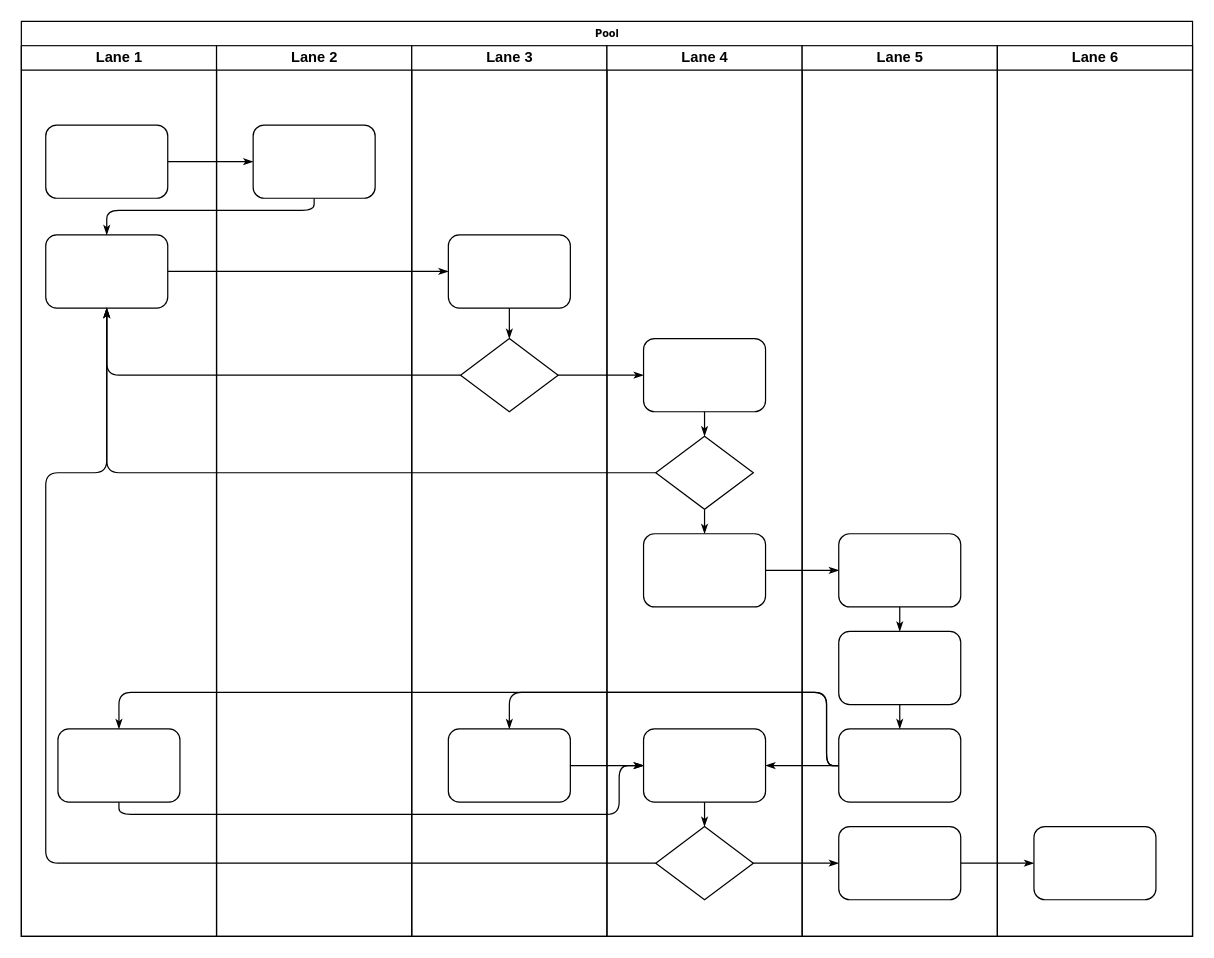
Earlier version of the draw.io diagram 流程图/实体设备接入流程图.drawio (wanghui1993/diagram_drow_file). Source tidied: cells renumbered, new cells numbered last; positions are measured from the earlier drawing's top-left corner, leaving out a move shared by most shapes. Both pictures are drawn from the tidied source at 122%, with x=0, y=0 at pixel (21, 21).
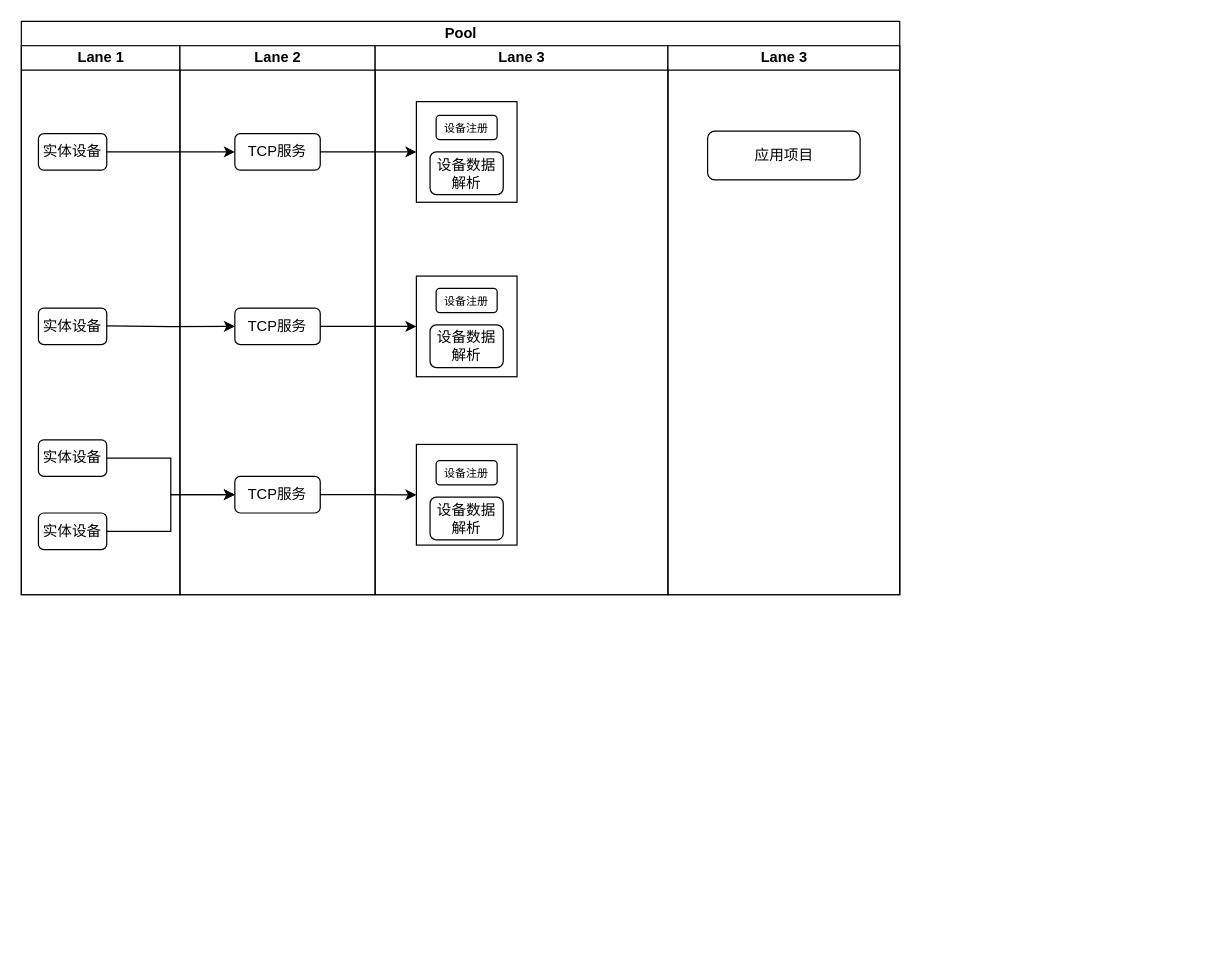
The same diagram, later.

Commit message (it also covers changes not shown here):
更新实体设备接入流程图.drawio

What changed in the source:
```diff
@@
-    <mxCell id="2" value="Pool" style="swimlane;html=1;startSize=20;rounded=0;shadow=0;labelBackgroundColor=none;strokeWidth=1;fontFamily=Verdana;fontSize=8;align=center;" parent="1" vertex="1">
-      <mxGeometry width="960" height="750" as="geometry" />
+    <mxCell id="2" value="Pool" style="swimlane;startSize=20;html=1;" parent="1" vertex="1">
+      <mxGeometry width="720" height="470" as="geometry" />
     </mxCell>
-    <mxCell id="3" value="Lane 1" style="swimlane;html=1;startSize=20;" parent="2" vertex="1">
-      <mxGeometry y="20" width="160" height="730" as="geometry" />
+    <mxCell id="3" value="Lane 1" style="swimlane;startSize=20;html=1;" parent="2" vertex="1">
+      <mxGeometry y="20" width="130" height="450" as="geometry" />
     </mxCell>
-    <mxCell id="4" style="rounded=1;whiteSpace=wrap;html=1;shadow=0;labelBackgroundColor=none;strokeWidth=1;fontFamily=Verdana;fontSize=8;align=center;" parent="3" vertex="1">
-      <mxGeometry x="20" y="65" width="100" height="60" as="geometry" />
-    </mxCell>
-    <mxCell id="5" style="rounded=1;whiteSpace=wrap;html=1;shadow=0;labelBackgroundColor=none;strokeWidth=1;fontFamily=Verdana;fontSize=8;align=center;" parent="3" vertex="1">
-      <mxGeometry x="20" y="155" width="100" height="60" as="geometry" />
-    </mxCell>
-    <mxCell id="6" style="rounded=1;whiteSpace=wrap;html=1;shadow=0;labelBackgroundColor=none;strokeWidth=1;fontFamily=Verdana;fontSize=8;align=center;" parent="3" vertex="1">
-      <mxGeometry x="30" y="560" width="100" height="60" as="geometry" />
-    </mxCell>
-    <mxCell id="7" style="edgeStyle=orthogonalEdgeStyle;rounded=1;html=1;labelBackgroundColor=none;startArrow=none;startFill=0;startSize=5;endArrow=classicThin;endFill=1;endSize=5;jettySize=auto;strokeWidth=1;fontFamily=Verdana;fontSize=8;" parent="2" edge="1" source="4" target="23">
-      <mxGeometry relative="1" as="geometry" />
-    </mxCell>
-    <mxCell id="8" style="edgeStyle=orthogonalEdgeStyle;rounded=1;html=1;labelBackgroundColor=none;startArrow=none;startFill=0;startSize=5;endArrow=classicThin;endFill=1;endSize=5;jettySize=auto;strokeWidth=1;fontFamily=Verdana;fontSize=8;" parent="2" edge="1" source="23" target="5">
-      <mxGeometry relative="1" as="geometry">
-        <Array as="points">
-          <mxPoint x="240" y="155" />
-          <mxPoint x="70" y="155" />
-        </Array>
-      </mxGeometry>
-    </mxCell>
-    <mxCell id="9" style="edgeStyle=orthogonalEdgeStyle;rounded=1;html=1;labelBackgroundColor=none;startArrow=none;startFill=0;startSize=5;endArrow=classicThin;endFill=1;endSize=5;jettySize=auto;strokeWidth=1;fontFamily=Verdana;fontSize=8;" parent="2" edge="1" source="5" target="25">
-      <mxGeometry relative="1" as="geometry" />
-    </mxCell>
-    <mxCell id="10" style="edgeStyle=orthogonalEdgeStyle;rounded=1;html=1;labelBackgroundColor=none;startArrow=none;startFill=0;startSize=5;endArrow=classicThin;endFill=1;endSize=5;jettySize=auto;strokeWidth=1;fontFamily=Verdana;fontSize=8;" parent="2" edge="1" source="26" target="5">
-      <mxGeometry relative="1" as="geometry" />
-    </mxCell>
-    <mxCell id="11" style="edgeStyle=orthogonalEdgeStyle;rounded=1;html=1;labelBackgroundColor=none;startArrow=none;startFill=0;startSize=5;endArrow=classicThin;endFill=1;endSize=5;jettySize=auto;strokeWidth=1;fontFamily=Verdana;fontSize=8;" parent="2" edge="1" source="31" target="5">
-      <mxGeometry relative="1" as="geometry" />
-    </mxCell>
-    <mxCell id="12" style="edgeStyle=orthogonalEdgeStyle;rounded=1;html=1;labelBackgroundColor=none;startArrow=none;startFill=0;startSize=5;endArrow=classicThin;endFill=1;endSize=5;jettySize=auto;strokeWidth=1;fontFamily=Verdana;fontSize=8;" parent="2" edge="1" source="34" target="5">
-      <mxGeometry relative="1" as="geometry">
-        <Array as="points">
-          <mxPoint x="20" y="690" />
-          <mxPoint x="20" y="370" />
-          <mxPoint x="70" y="370" />
-        </Array>
-      </mxGeometry>
-    </mxCell>
-    <mxCell id="13" style="edgeStyle=orthogonalEdgeStyle;rounded=1;html=1;labelBackgroundColor=none;startArrow=none;startFill=0;startSize=5;endArrow=classicThin;endFill=1;endSize=5;jettySize=auto;strokeWidth=1;fontFamily=Verdana;fontSize=8;" parent="2" edge="1" source="26" target="30">
-      <mxGeometry relative="1" as="geometry" />
-    </mxCell>
-    <mxCell id="14" style="edgeStyle=orthogonalEdgeStyle;rounded=1;html=1;labelBackgroundColor=none;startArrow=none;startFill=0;startSize=5;endArrow=classicThin;endFill=1;endSize=5;jettySize=auto;strokeWidth=1;fontFamily=Verdana;fontSize=8;" parent="2" edge="1" source="34" target="42">
-      <mxGeometry relative="1" as="geometry" />
-    </mxCell>
-    <mxCell id="15" style="edgeStyle=orthogonalEdgeStyle;rounded=1;html=1;labelBackgroundColor=none;startArrow=none;startFill=0;startSize=5;endArrow=classicThin;endFill=1;endSize=5;jettySize=auto;strokeWidth=1;fontFamily=Verdana;fontSize=8;" parent="2" edge="1" source="42" target="46">
-      <mxGeometry relative="1" as="geometry" />
-    </mxCell>
-    <mxCell id="16" style="edgeStyle=orthogonalEdgeStyle;rounded=1;html=1;labelBackgroundColor=none;startArrow=none;startFill=0;startSize=5;endArrow=classicThin;endFill=1;endSize=5;jettySize=auto;strokeWidth=1;fontFamily=Verdana;fontSize=8;" parent="2" edge="1" source="32" target="39">
-      <mxGeometry relative="1" as="geometry" />
-    </mxCell>
-    <mxCell id="17" style="edgeStyle=orthogonalEdgeStyle;rounded=1;html=1;labelBackgroundColor=none;startArrow=none;startFill=0;startSize=5;endArrow=classicThin;endFill=1;endSize=5;jettySize=auto;strokeWidth=1;fontFamily=Verdana;fontSize=8;" parent="2" edge="1" source="41" target="27">
-      <mxGeometry relative="1" as="geometry">
-        <Array as="points">
-          <mxPoint x="660" y="610" />
-          <mxPoint x="660" y="550" />
-          <mxPoint x="400" y="550" />
-        </Array>
-      </mxGeometry>
-    </mxCell>
-    <mxCell id="18" style="edgeStyle=orthogonalEdgeStyle;rounded=1;html=1;labelBackgroundColor=none;startArrow=none;startFill=0;startSize=5;endArrow=classicThin;endFill=1;endSize=5;jettySize=auto;strokeColor=#000000;strokeWidth=1;fontFamily=Verdana;fontSize=8;fontColor=#000000;" parent="2" edge="1" source="41" target="33">
-      <mxGeometry relative="1" as="geometry" />
-    </mxCell>
-    <mxCell id="19" style="edgeStyle=orthogonalEdgeStyle;rounded=1;html=1;labelBackgroundColor=none;startArrow=none;startFill=0;startSize=5;endArrow=classicThin;endFill=1;endSize=5;jettySize=auto;strokeWidth=1;fontFamily=Verdana;fontSize=8;" parent="2" edge="1" source="41" target="6">
-      <mxGeometry relative="1" as="geometry">
-        <Array as="points">
-          <mxPoint x="660" y="610" />
-          <mxPoint x="660" y="550" />
-          <mxPoint x="80" y="550" />
-        </Array>
-      </mxGeometry>
-    </mxCell>
-    <mxCell id="20" style="edgeStyle=orthogonalEdgeStyle;rounded=1;html=1;labelBackgroundColor=none;startArrow=none;startFill=0;startSize=5;endArrow=classicThin;endFill=1;endSize=5;jettySize=auto;strokeWidth=1;fontFamily=Verdana;fontSize=8;" parent="2" edge="1" source="6" target="33">
-      <mxGeometry relative="1" as="geometry">
-        <Array as="points">
-          <mxPoint x="80" y="650" />
-          <mxPoint x="490" y="650" />
-          <mxPoint x="490" y="610" />
-        </Array>
-      </mxGeometry>
-    </mxCell>
-    <mxCell id="21" style="edgeStyle=orthogonalEdgeStyle;rounded=1;html=1;labelBackgroundColor=none;startArrow=none;startFill=0;startSize=5;endArrow=classicThin;endFill=1;endSize=5;jettySize=auto;strokeWidth=1;fontFamily=Verdana;fontSize=8;" parent="2" edge="1" source="27" target="33">
-      <mxGeometry relative="1" as="geometry" />
-    </mxCell>
+    <mxCell id="47" value="实体设备" style="rounded=1;whiteSpace=wrap;html=1;" parent="3" vertex="1">
+      <mxGeometry x="14" y="72" width="56" height="30" as="geometry" />
+    </mxCell>
+    <mxCell id="48" value="实体设备" style="rounded=1;whiteSpace=wrap;html=1;" parent="3" vertex="1">
+      <mxGeometry x="14" y="215" width="56" height="30" as="geometry" />
+    </mxCell>
+    <mxCell id="49" value="实体设备" style="rounded=1;whiteSpace=wrap;html=1;" parent="3" vertex="1">
+      <mxGeometry x="14" y="323" width="56" height="30" as="geometry" />
+    </mxCell>
+    <mxCell id="50" value="实体设备" style="rounded=1;whiteSpace=wrap;html=1;" parent="3" vertex="1">
+      <mxGeometry x="14" y="383" width="56" height="30" as="geometry" />
+    </mxCell>
-    <mxCell id="22" value="Lane 2" style="swimlane;html=1;startSize=20;" parent="2" vertex="1">
-      <mxGeometry x="160" y="20" width="160" height="730" as="geometry" />
+    <mxCell id="22" value="Lane 2" style="swimlane;startSize=20;html=1;" parent="2" vertex="1">
+      <mxGeometry x="130" y="20" width="160" height="450" as="geometry" />
     </mxCell>
-    <mxCell id="23" style="rounded=1;whiteSpace=wrap;html=1;shadow=0;labelBackgroundColor=none;strokeWidth=1;fontFamily=Verdana;fontSize=8;align=center;" parent="22" vertex="1">
-      <mxGeometry x="30" y="65" width="100" height="60" as="geometry" />
-    </mxCell>
-    <mxCell id="24" value="Lane 3" style="swimlane;html=1;startSize=20;" parent="2" vertex="1">
-      <mxGeometry x="320" y="20" width="160" height="730" as="geometry" />
-    </mxCell>
-    <mxCell id="25" style="rounded=1;whiteSpace=wrap;html=1;shadow=0;labelBackgroundColor=none;strokeWidth=1;fontFamily=Verdana;fontSize=8;align=center;" parent="24" vertex="1">
-      <mxGeometry x="30" y="155" width="100" height="60" as="geometry" />
-    </mxCell>
-    <mxCell id="26" style="rhombus;whiteSpace=wrap;html=1;rounded=0;shadow=0;labelBackgroundColor=none;strokeWidth=1;fontFamily=Verdana;fontSize=8;align=center;" parent="24" vertex="1">
-      <mxGeometry x="40" y="240" width="80" height="60" as="geometry" />
-    </mxCell>
-    <mxCell id="27" style="rounded=1;whiteSpace=wrap;html=1;shadow=0;labelBackgroundColor=none;strokeWidth=1;fontFamily=Verdana;fontSize=8;align=center;" parent="24" vertex="1">
-      <mxGeometry x="30" y="560" width="100" height="60" as="geometry" />
-    </mxCell>
-    <mxCell id="28" style="edgeStyle=orthogonalEdgeStyle;rounded=1;html=1;labelBackgroundColor=none;startArrow=none;startFill=0;startSize=5;endArrow=classicThin;endFill=1;endSize=5;jettySize=auto;strokeWidth=1;fontFamily=Verdana;fontSize=8;" parent="24" edge="1" source="25" target="26">
-      <mxGeometry relative="1" as="geometry" />
-    </mxCell>
-    <mxCell id="29" value="Lane 4" style="swimlane;html=1;startSize=20;" parent="2" vertex="1">
-      <mxGeometry x="480" y="20" width="160" height="730" as="geometry" />
-    </mxCell>
-    <mxCell id="30" style="rounded=1;whiteSpace=wrap;html=1;shadow=0;labelBackgroundColor=none;strokeWidth=1;fontFamily=Verdana;fontSize=8;align=center;" parent="29" vertex="1">
-      <mxGeometry x="30" y="240" width="100" height="60" as="geometry" />
-    </mxCell>
-    <mxCell id="31" style="rhombus;whiteSpace=wrap;html=1;rounded=0;shadow=0;labelBackgroundColor=none;strokeWidth=1;fontFamily=Verdana;fontSize=8;align=center;" parent="29" vertex="1">
-      <mxGeometry x="40" y="320" width="80" height="60" as="geometry" />
-    </mxCell>
-    <mxCell id="32" style="rounded=1;whiteSpace=wrap;html=1;shadow=0;labelBackgroundColor=none;strokeWidth=1;fontFamily=Verdana;fontSize=8;align=center;" parent="29" vertex="1">
-      <mxGeometry x="30" y="400" width="100" height="60" as="geometry" />
-    </mxCell>
-    <mxCell id="33" style="rounded=1;whiteSpace=wrap;html=1;shadow=0;labelBackgroundColor=none;strokeWidth=1;fontFamily=Verdana;fontSize=8;align=center;" parent="29" vertex="1">
-      <mxGeometry x="30" y="560" width="100" height="60" as="geometry" />
-    </mxCell>
-    <mxCell id="34" style="rhombus;whiteSpace=wrap;html=1;rounded=0;shadow=0;labelBackgroundColor=none;strokeWidth=1;fontFamily=Verdana;fontSize=8;align=center;" parent="29" vertex="1">
-      <mxGeometry x="40" y="640" width="80" height="60" as="geometry" />
-    </mxCell>
-    <mxCell id="35" style="edgeStyle=orthogonalEdgeStyle;rounded=1;html=1;labelBackgroundColor=none;startArrow=none;startFill=0;startSize=5;endArrow=classicThin;endFill=1;endSize=5;jettySize=auto;strokeColor=#000000;strokeWidth=1;fontFamily=Verdana;fontSize=8;fontColor=#000000;" parent="29" edge="1" source="30" target="31">
-      <mxGeometry relative="1" as="geometry" />
-    </mxCell>
-    <mxCell id="36" style="edgeStyle=orthogonalEdgeStyle;rounded=1;html=1;labelBackgroundColor=none;startArrow=none;startFill=0;startSize=5;endArrow=classicThin;endFill=1;endSize=5;jettySize=auto;strokeWidth=1;fontFamily=Verdana;fontSize=8;" parent="29" edge="1" source="31" target="32">
-      <mxGeometry relative="1" as="geometry" />
-    </mxCell>
-    <mxCell id="37" style="edgeStyle=orthogonalEdgeStyle;rounded=1;html=1;labelBackgroundColor=none;startArrow=none;startFill=0;startSize=5;endArrow=classicThin;endFill=1;endSize=5;jettySize=auto;strokeWidth=1;fontFamily=Verdana;fontSize=8;" parent="29" edge="1" source="33" target="34">
-      <mxGeometry relative="1" as="geometry" />
-    </mxCell>
-    <mxCell id="38" value="Lane 5" style="swimlane;html=1;startSize=20;" parent="2" vertex="1">
-      <mxGeometry x="640" y="20" width="160" height="730" as="geometry" />
-    </mxCell>
-    <mxCell id="39" style="rounded=1;whiteSpace=wrap;html=1;shadow=0;labelBackgroundColor=none;strokeWidth=1;fontFamily=Verdana;fontSize=8;align=center;" parent="38" vertex="1">
-      <mxGeometry x="30" y="400" width="100" height="60" as="geometry" />
-    </mxCell>
-    <mxCell id="40" style="rounded=1;whiteSpace=wrap;html=1;shadow=0;labelBackgroundColor=none;strokeWidth=1;fontFamily=Verdana;fontSize=8;align=center;" parent="38" vertex="1">
-      <mxGeometry x="30" y="480" width="100" height="60" as="geometry" />
-    </mxCell>
-    <mxCell id="41" style="rounded=1;whiteSpace=wrap;html=1;shadow=0;labelBackgroundColor=none;strokeWidth=1;fontFamily=Verdana;fontSize=8;align=center;" parent="38" vertex="1">
-      <mxGeometry x="30" y="560" width="100" height="60" as="geometry" />
-    </mxCell>
-    <mxCell id="42" style="rounded=1;whiteSpace=wrap;html=1;shadow=0;labelBackgroundColor=none;strokeWidth=1;fontFamily=Verdana;fontSize=8;align=center;" parent="38" vertex="1">
-      <mxGeometry x="30" y="640" width="100" height="60" as="geometry" />
-    </mxCell>
-    <mxCell id="43" style="edgeStyle=orthogonalEdgeStyle;rounded=1;html=1;labelBackgroundColor=none;startArrow=none;startFill=0;startSize=5;endArrow=classicThin;endFill=1;endSize=5;jettySize=auto;strokeWidth=1;fontFamily=Verdana;fontSize=8;" parent="38" edge="1" source="39" target="40">
-      <mxGeometry relative="1" as="geometry" />
-    </mxCell>
-    <mxCell id="44" style="edgeStyle=orthogonalEdgeStyle;rounded=1;html=1;labelBackgroundColor=none;startArrow=none;startFill=0;startSize=5;endArrow=classicThin;endFill=1;endSize=5;jettySize=auto;strokeWidth=1;fontFamily=Verdana;fontSize=8;" parent="38" edge="1" source="40" target="41">
-      <mxGeometry relative="1" as="geometry" />
-    </mxCell>
-    <mxCell id="45" value="Lane 6" style="swimlane;html=1;startSize=20;" parent="2" vertex="1">
-      <mxGeometry x="800" y="20" width="160" height="730" as="geometry" />
-    </mxCell>
-    <mxCell id="46" style="rounded=1;whiteSpace=wrap;html=1;shadow=0;labelBackgroundColor=none;strokeWidth=1;fontFamily=Verdana;fontSize=8;align=center;" parent="45" vertex="1">
-      <mxGeometry x="30" y="640" width="100" height="60" as="geometry" />
-    </mxCell>
+    <mxCell id="51" style="edgeStyle=orthogonalEdgeStyle;rounded=0;jettySize=auto;html=1;entryX=0;entryY=0.5;entryDx=0;entryDy=0;" parent="22" edge="1" target="53">
+      <mxGeometry relative="1" as="geometry">
+        <mxPoint x="-60" y="229.7" as="sourcePoint" />
+      </mxGeometry>
+    </mxCell>
+    <mxCell id="52" value="TCP服务" style="rounded=1;whiteSpace=wrap;html=1;" parent="22" vertex="1">
+      <mxGeometry x="45" y="72" width="70" height="30" as="geometry" />
+    </mxCell>
+    <mxCell id="53" value="TCP服务" style="rounded=1;whiteSpace=wrap;html=1;" parent="22" vertex="1">
+      <mxGeometry x="45" y="215" width="70" height="30" as="geometry" />
+    </mxCell>
+    <mxCell id="54" value="TCP服务" style="rounded=1;whiteSpace=wrap;html=1;" parent="22" vertex="1">
+      <mxGeometry x="45" y="353" width="70" height="30" as="geometry" />
+    </mxCell>
+    <mxCell id="55" value="Lane 3" style="swimlane;startSize=20;html=1;" parent="2" vertex="1">
+      <mxGeometry x="290" y="20" width="240" height="450" as="geometry" />
+    </mxCell>
+    <mxCell id="56" style="whiteSpace=wrap;html=1;" parent="55" vertex="1">
+      <mxGeometry x="33.8" y="45.8" width="82.5" height="82.5" as="geometry" />
+    </mxCell>
+    <mxCell id="57" value="&lt;font style=&quot;font-size: 9px;&quot;&gt;设备注册&lt;/font&gt;" style="rounded=1;whiteSpace=wrap;html=1;" parent="55" vertex="1">
+      <mxGeometry x="50" y="57" width="50" height="20" as="geometry" />
+    </mxCell>
+    <mxCell id="58" value="设备数据解析" style="rounded=1;whiteSpace=wrap;html=1;" parent="55" vertex="1">
+      <mxGeometry x="45" y="87" width="60" height="35" as="geometry" />
+    </mxCell>
+    <mxCell id="59" style="whiteSpace=wrap;html=1;" parent="55" vertex="1">
+      <mxGeometry x="33.8" y="326.8" width="82.5" height="82.5" as="geometry" />
+    </mxCell>
+    <mxCell id="60" value="&lt;font style=&quot;font-size: 9px;&quot;&gt;设备注册&lt;/font&gt;" style="rounded=1;whiteSpace=wrap;html=1;" parent="55" vertex="1">
+      <mxGeometry x="50" y="340" width="50" height="20" as="geometry" />
+    </mxCell>
+    <mxCell id="61" value="设备数据解析" style="rounded=1;whiteSpace=wrap;html=1;" parent="55" vertex="1">
+      <mxGeometry x="45" y="370" width="60" height="35" as="geometry" />
+    </mxCell>
+    <mxCell id="62" style="whiteSpace=wrap;html=1;" parent="55" vertex="1">
+      <mxGeometry x="33.8" y="188.8" width="82.5" height="82.5" as="geometry" />
+    </mxCell>
+    <mxCell id="63" value="设备数据解析" style="rounded=1;whiteSpace=wrap;html=1;" parent="55" vertex="1">
+      <mxGeometry x="45" y="228.8" width="60" height="35" as="geometry" />
+    </mxCell>
+    <mxCell id="64" value="&lt;font style=&quot;font-size: 9px;&quot;&gt;设备注册&lt;/font&gt;" style="rounded=1;whiteSpace=wrap;html=1;" parent="55" vertex="1">
+      <mxGeometry x="50" y="198.8" width="50" height="20" as="geometry" />
+    </mxCell>
+    <mxCell id="65" value="Lane 3" style="swimlane;startSize=20;html=1;" parent="2" vertex="1">
+      <mxGeometry x="530" y="20" width="190" height="450" as="geometry" />
+    </mxCell>
+    <mxCell id="66" value="应用项目" style="rounded=1;whiteSpace=wrap;html=1;direction=south;" parent="65" vertex="1">
+      <mxGeometry x="32.5" y="70" width="125" height="40" as="geometry" />
+    </mxCell>
+    <mxCell id="67" style="edgeStyle=orthogonalEdgeStyle;rounded=0;jettySize=auto;html=1;entryX=0;entryY=0.5;entryDx=0;entryDy=0;" parent="2" edge="1" source="47" target="52">
+      <mxGeometry relative="1" as="geometry" />
+    </mxCell>
+    <mxCell id="68" style="edgeStyle=orthogonalEdgeStyle;rounded=0;jettySize=auto;html=1;entryX=0;entryY=0.5;entryDx=0;entryDy=0;" parent="2" edge="1" source="49" target="54">
+      <mxGeometry relative="1" as="geometry" />
+    </mxCell>
+    <mxCell id="69" style="edgeStyle=orthogonalEdgeStyle;rounded=0;jettySize=auto;html=1;entryX=0;entryY=0.5;entryDx=0;entryDy=0;" parent="2" edge="1" source="50" target="54">
+      <mxGeometry relative="1" as="geometry" />
+    </mxCell>
+    <mxCell id="70" style="edgeStyle=orthogonalEdgeStyle;rounded=0;jettySize=auto;html=1;entryX=0;entryY=0.5;entryDx=0;entryDy=0;" parent="2" edge="1" source="53" target="62">
+      <mxGeometry relative="1" as="geometry" />
+    </mxCell>
+    <mxCell id="71" style="edgeStyle=orthogonalEdgeStyle;rounded=0;jettySize=auto;html=1;" parent="2" edge="1" source="54" target="59">
+      <mxGeometry relative="1" as="geometry" />
+    </mxCell>
+    <mxCell id="72" style="edgeStyle=orthogonalEdgeStyle;rounded=0;jettySize=auto;html=1;entryX=0;entryY=0.5;entryDx=0;entryDy=0;" parent="2" edge="1" source="52" target="56">
+      <mxGeometry relative="1" as="geometry" />
+    </mxCell>
```
